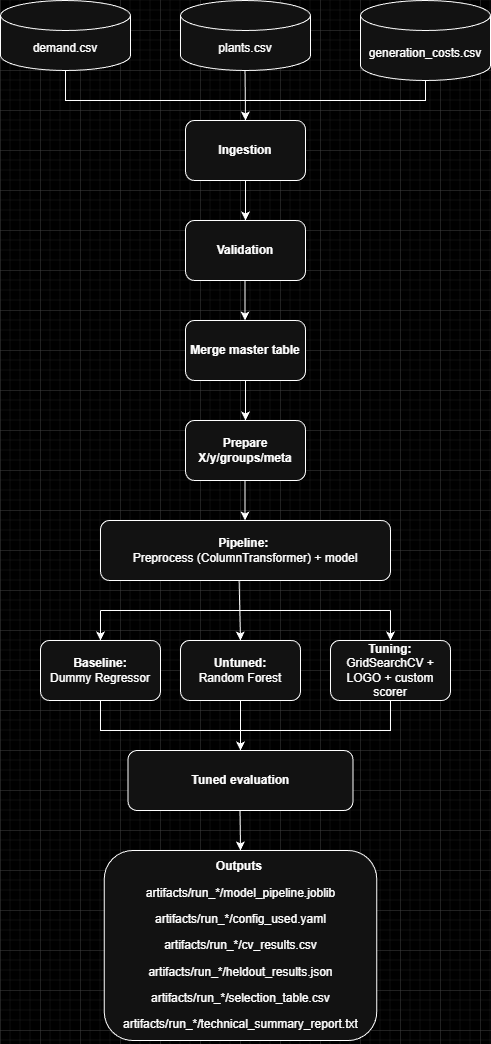
Before: pipeline_diagram.png, a diagram exported from draw.io (nguyentranphuquang-gif/NEC_ML_Pipeline_Group1). Source tidied: cells renumbered, new cells last; positions are measured from the earlier drawing's top-left corner, leaving out a move shared by most shapes.
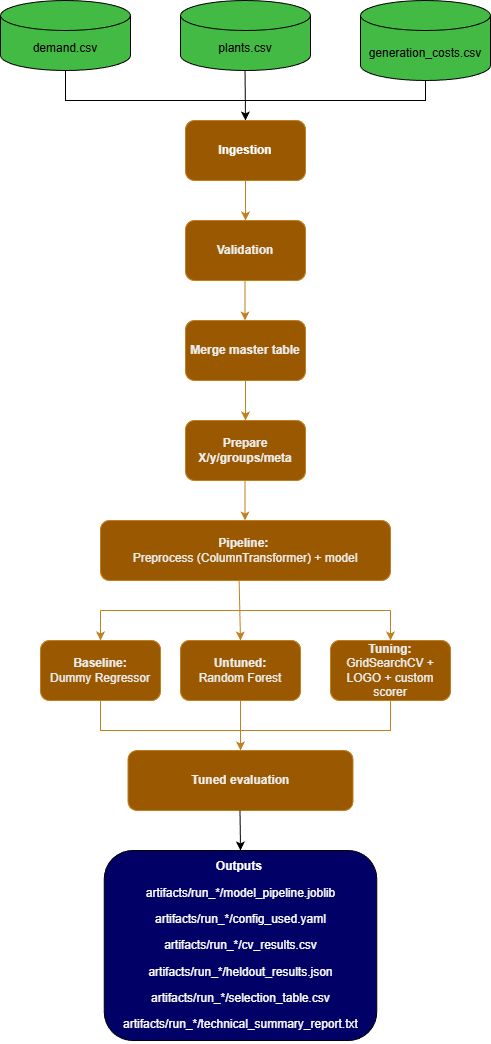
Later version of the same file.

What changed in the source:
```diff
@@ -1,17 +1,17 @@
-<mxGraphModel background="light-dark(#FFFFFF,#000000)">
+<mxGraphModel background="light-dark(#FFFFFF,#FFFFFF)">
   <root>
     <mxCell id="0" />
     <mxCell id="1" parent="0" />
-    <mxCell id="2" value="generation_costs.csv" style="shape=cylinder3;whiteSpace=wrap;html=1;boundedLbl=1;backgroundOutline=1;size=15;" parent="1" vertex="1">
+    <mxCell id="2" value="&lt;font style=&quot;color: light-dark(rgb(0, 0, 0), rgb(0, 0, 0));&quot;&gt;generation_costs.csv&lt;/font&gt;" style="shape=cylinder3;whiteSpace=wrap;html=1;boundedLbl=1;backgroundOutline=1;size=15;fillColor=#008a00;fontColor=#ffffff;strokeColor=light-dark(#000000,#000000);" parent="1" vertex="1">
       <mxGeometry x="360" width="130" height="80" as="geometry" />
     </mxCell>
-    <mxCell id="3" value="plants.csv" style="shape=cylinder3;whiteSpace=wrap;html=1;boundedLbl=1;backgroundOutline=1;size=15;" parent="1" vertex="1">
+    <mxCell id="3" value="&lt;font style=&quot;color: light-dark(rgb(0, 0, 0), rgb(0, 0, 0));&quot;&gt;plants.csv&lt;/font&gt;" style="shape=cylinder3;whiteSpace=wrap;html=1;boundedLbl=1;backgroundOutline=1;size=15;fillColor=#008a00;fontColor=#ffffff;strokeColor=light-dark(#005700,#000000);" parent="1" vertex="1">
       <mxGeometry x="180" width="130" height="70" as="geometry" />
     </mxCell>
-    <mxCell id="4" value="demand.csv" style="shape=cylinder3;whiteSpace=wrap;html=1;boundedLbl=1;backgroundOutline=1;size=15;" parent="1" vertex="1">
+    <mxCell id="4" value="&lt;font style=&quot;color: light-dark(rgb(0, 0, 0), rgb(0, 0, 0));&quot;&gt;demand.csv&lt;/font&gt;" style="shape=cylinder3;whiteSpace=wrap;html=1;boundedLbl=1;backgroundOutline=1;size=15;fillColor=#008a00;strokeColor=light-dark(#005700,#000000);fontColor=#ffffff;" parent="1" vertex="1">
       <mxGeometry width="130" height="70" as="geometry" />
     </mxCell>
-    <mxCell id="5" style="endArrow=none;html=1;rounded=0;entryX=0.5;entryY=1;entryDx=0;entryDy=0;entryPerimeter=0;exitX=0.5;exitY=1;exitDx=0;exitDy=0;exitPerimeter=0;" parent="1" edge="1" source="2" target="4">
+    <mxCell id="5" style="endArrow=none;html=1;rounded=0;entryX=0.5;entryY=1;entryDx=0;entryDy=0;entryPerimeter=0;exitX=0.5;exitY=1;exitDx=0;exitDy=0;exitPerimeter=0;strokeColor=light-dark(#000000,#000000);" parent="1" edge="1" source="2" target="4">
       <mxGeometry relative="1" as="geometry">
         <Array as="points">
           <mxPoint x="425" y="100" />
@@ -19,83 +19,83 @@
         </Array>
       </mxGeometry>
     </mxCell>
-    <mxCell id="6" style="endArrow=classic;html=1;rounded=0;exitX=0.431;exitY=1.021;exitDx=0;exitDy=0;exitPerimeter=0;" parent="1" edge="1">
+    <mxCell id="6" style="endArrow=classic;html=1;rounded=0;exitX=0.431;exitY=1.021;exitDx=0;exitDy=0;exitPerimeter=0;labelBackgroundColor=light-dark(#000000,#000000);strokeColor=light-dark(#000000,#000000);" parent="1" edge="1">
       <mxGeometry relative="1" as="geometry">
         <mxPoint x="244.5" y="70" as="sourcePoint" />
         <mxPoint x="245" y="120" as="targetPoint" />
       </mxGeometry>
     </mxCell>
-    <mxCell id="7" value="&lt;div&gt;&lt;b&gt;&lt;br&gt;&lt;/b&gt;&lt;/div&gt;&lt;b&gt;Ingestion&lt;/b&gt;&lt;div&gt;&lt;br&gt;&lt;/div&gt;" style="rounded=1;whiteSpace=wrap;html=1;" parent="1" vertex="1">
+    <mxCell id="7" value="&lt;div&gt;&lt;b&gt;&lt;font style=&quot;color: light-dark(rgb(249, 247, 237), rgb(255, 255, 255));&quot;&gt;&lt;br&gt;&lt;/font&gt;&lt;/b&gt;&lt;/div&gt;&lt;b&gt;&lt;font style=&quot;color: light-dark(rgb(249, 247, 237), rgb(255, 255, 255));&quot;&gt;Ingestion&lt;/font&gt;&lt;/b&gt;&lt;div&gt;&lt;br&gt;&lt;/div&gt;" style="rounded=1;whiteSpace=wrap;html=1;fontColor=#000000;strokeColor=#BD7000;fillColor=#f0a30a;" parent="1" vertex="1">
       <mxGeometry x="185" y="120" width="120" height="60" as="geometry" />
     </mxCell>
-    <mxCell id="8" style="endArrow=classic;html=1;rounded=0;exitX=0.5;exitY=1;exitDx=0;exitDy=0;" parent="1" edge="1" source="7">
+    <mxCell id="8" style="endArrow=classic;html=1;rounded=0;exitX=0.5;exitY=1;exitDx=0;exitDy=0;fontColor=light-dark(#000000,#000000);strokeColor=#BD7000;fillColor=#f0a30a;" parent="1" edge="1" source="7">
       <mxGeometry relative="1" as="geometry">
         <mxPoint x="245" y="220" as="targetPoint" />
       </mxGeometry>
     </mxCell>
-    <mxCell id="9" value="&lt;b&gt;Validation&lt;/b&gt;" style="rounded=1;whiteSpace=wrap;html=1;" parent="1" vertex="1">
+    <mxCell id="9" value="&lt;b&gt;Validation&lt;/b&gt;" style="rounded=1;whiteSpace=wrap;html=1;strokeColor=#BD7000;fillColor=#f0a30a;fontColor=#000000;" parent="1" vertex="1">
       <mxGeometry x="185" y="220" width="120" height="60" as="geometry" />
     </mxCell>
-    <mxCell id="10" style="endArrow=classic;html=1;rounded=0;exitX=0.5;exitY=1;exitDx=0;exitDy=0;" parent="1" edge="1">
+    <mxCell id="10" style="endArrow=classic;html=1;rounded=0;exitX=0.5;exitY=1;exitDx=0;exitDy=0;fontColor=light-dark(#000000,#000000);strokeColor=#BD7000;fillColor=#f0a30a;" parent="1" edge="1">
       <mxGeometry relative="1" as="geometry">
         <mxPoint x="244.5" y="280" as="sourcePoint" />
         <mxPoint x="244.5" y="320" as="targetPoint" />
       </mxGeometry>
     </mxCell>
-    <mxCell id="11" value="&lt;b&gt;Merge master table&lt;/b&gt;" style="rounded=1;whiteSpace=wrap;html=1;" parent="1" vertex="1">
+    <mxCell id="11" value="&lt;b&gt;Merge master table&lt;/b&gt;" style="rounded=1;whiteSpace=wrap;html=1;strokeColor=#BD7000;fillColor=#f0a30a;fontColor=#000000;" parent="1" vertex="1">
       <mxGeometry x="185" y="320" width="120" height="60" as="geometry" />
     </mxCell>
-    <mxCell id="12" style="endArrow=classic;html=1;rounded=0;exitX=0.5;exitY=1;exitDx=0;exitDy=0;" parent="1" edge="1">
+    <mxCell id="12" style="endArrow=classic;html=1;rounded=0;exitX=0.5;exitY=1;exitDx=0;exitDy=0;fontColor=light-dark(#000000,#000000);strokeColor=#BD7000;fillColor=#f0a30a;" parent="1" edge="1">
       <mxGeometry relative="1" as="geometry">
         <mxPoint x="245" y="380" as="sourcePoint" />
         <mxPoint x="245" y="420" as="targetPoint" />
       </mxGeometry>
     </mxCell>
-    <mxCell id="13" value="&lt;b&gt;Prepare X/y/groups/meta&lt;/b&gt;" style="rounded=1;whiteSpace=wrap;html=1;" parent="1" vertex="1">
+    <mxCell id="13" value="&lt;b&gt;Prepare X/y/groups/meta&lt;/b&gt;" style="rounded=1;whiteSpace=wrap;html=1;strokeColor=#BD7000;fillColor=#f0a30a;fontColor=#000000;" parent="1" vertex="1">
       <mxGeometry x="185" y="420" width="120" height="60" as="geometry" />
     </mxCell>
-    <mxCell id="14" style="endArrow=classic;html=1;rounded=0;exitX=0.5;exitY=1;exitDx=0;exitDy=0;" parent="1" edge="1">
+    <mxCell id="14" style="endArrow=classic;html=1;rounded=0;exitX=0.5;exitY=1;exitDx=0;exitDy=0;fontColor=light-dark(#000000,#000000);strokeColor=#BD7000;fillColor=#f0a30a;" parent="1" edge="1">
       <mxGeometry relative="1" as="geometry">
         <mxPoint x="244.5" y="480" as="sourcePoint" />
         <mxPoint x="244.5" y="520" as="targetPoint" />
       </mxGeometry>
     </mxCell>
-    <mxCell id="15" value="&lt;b&gt;Pipeline:&lt;/b&gt;&amp;nbsp;&lt;div&gt;Preprocess (ColumnTransformer) + model&lt;/div&gt;" style="rounded=1;whiteSpace=wrap;html=1;" parent="1" vertex="1">
+    <mxCell id="15" value="&lt;b&gt;Pipeline:&lt;/b&gt;&amp;nbsp;&lt;div&gt;Preprocess (ColumnTransformer) + model&lt;/div&gt;" style="rounded=1;whiteSpace=wrap;html=1;strokeColor=#BD7000;fillColor=#f0a30a;fontColor=#000000;" parent="1" vertex="1">
       <mxGeometry x="100" y="520" width="290" height="60" as="geometry" />
     </mxCell>
-    <mxCell id="16" style="endArrow=none;html=1;rounded=0;" parent="1" edge="1">
+    <mxCell id="16" style="endArrow=none;html=1;rounded=0;fontColor=light-dark(#000000,#000000);strokeColor=#BD7000;fillColor=#f0a30a;" parent="1" edge="1">
       <mxGeometry relative="1" as="geometry">
         <mxPoint x="100" y="610" as="sourcePoint" />
         <mxPoint x="390" y="610" as="targetPoint" />
       </mxGeometry>
     </mxCell>
-    <mxCell id="17" style="endArrow=classic;html=1;rounded=0;" parent="1" edge="1">
+    <mxCell id="17" style="endArrow=classic;html=1;rounded=0;fontColor=light-dark(#000000,#000000);strokeColor=#BD7000;fillColor=#f0a30a;" parent="1" edge="1">
       <mxGeometry relative="1" as="geometry">
         <mxPoint x="100" y="610" as="sourcePoint" />
         <mxPoint x="100" y="640" as="targetPoint" />
       </mxGeometry>
     </mxCell>
-    <mxCell id="18" style="endArrow=classic;html=1;rounded=0;exitX=0.478;exitY=1.008;exitDx=0;exitDy=0;exitPerimeter=0;" parent="1" edge="1" source="15">
+    <mxCell id="18" style="endArrow=classic;html=1;rounded=0;exitX=0.478;exitY=1.008;exitDx=0;exitDy=0;exitPerimeter=0;fontColor=light-dark(#000000,#000000);strokeColor=#BD7000;fillColor=#f0a30a;" parent="1" edge="1" source="15">
       <mxGeometry relative="1" as="geometry">
         <mxPoint x="240" y="640" as="targetPoint" />
       </mxGeometry>
     </mxCell>
-    <mxCell id="19" style="endArrow=classic;html=1;rounded=0;" parent="1" edge="1">
+    <mxCell id="19" style="endArrow=classic;html=1;rounded=0;fontColor=light-dark(#000000,#000000);strokeColor=#BD7000;fillColor=#f0a30a;" parent="1" edge="1">
       <mxGeometry relative="1" as="geometry">
         <mxPoint x="390" y="610" as="sourcePoint" />
         <mxPoint x="390" y="640" as="targetPoint" />
       </mxGeometry>
     </mxCell>
-    <mxCell id="20" value="&lt;b&gt;Baseline:&lt;/b&gt;&lt;div&gt;Dummy Regressor&lt;/div&gt;" style="rounded=1;whiteSpace=wrap;html=1;" parent="1" vertex="1">
+    <mxCell id="20" value="&lt;b&gt;Baseline:&lt;/b&gt;&lt;div&gt;Dummy Regressor&lt;/div&gt;" style="rounded=1;whiteSpace=wrap;html=1;strokeColor=#BD7000;fillColor=#f0a30a;fontColor=#000000;" parent="1" vertex="1">
       <mxGeometry x="40" y="640" width="120" height="60" as="geometry" />
     </mxCell>
-    <mxCell id="21" value="&lt;b&gt;Untuned:&lt;/b&gt;&lt;div&gt;Random Forest&lt;/div&gt;" style="rounded=1;whiteSpace=wrap;html=1;" parent="1" vertex="1">
+    <mxCell id="21" value="&lt;b&gt;Untuned:&lt;/b&gt;&lt;div&gt;Random Forest&lt;/div&gt;" style="rounded=1;whiteSpace=wrap;html=1;strokeColor=#BD7000;fillColor=#f0a30a;fontColor=#000000;" parent="1" vertex="1">
       <mxGeometry x="180" y="640" width="120" height="60" as="geometry" />
     </mxCell>
-    <mxCell id="22" value="&lt;b&gt;Tuning:&lt;/b&gt;&lt;div&gt;GridSearchCV + LOGO + custom scorer&lt;/div&gt;" style="rounded=1;whiteSpace=wrap;html=1;" parent="1" vertex="1">
+    <mxCell id="22" value="&lt;b&gt;Tuning:&lt;/b&gt;&lt;div&gt;GridSearchCV + LOGO + custom scorer&lt;/div&gt;" style="rounded=1;whiteSpace=wrap;html=1;strokeColor=#BD7000;fillColor=#f0a30a;fontColor=#000000;" parent="1" vertex="1">
       <mxGeometry x="330" y="640" width="120" height="60" as="geometry" />
     </mxCell>
-    <mxCell id="23" style="endArrow=none;html=1;rounded=0;entryX=0.5;entryY=1;entryDx=0;entryDy=0;exitX=0.5;exitY=1;exitDx=0;exitDy=0;" parent="1" edge="1" source="22" target="20">
+    <mxCell id="23" style="endArrow=none;html=1;rounded=0;entryX=0.5;entryY=1;entryDx=0;entryDy=0;exitX=0.5;exitY=1;exitDx=0;exitDy=0;fontColor=light-dark(#000000,#000000);strokeColor=#BD7000;fillColor=#f0a30a;" parent="1" edge="1" source="22" target="20">
       <mxGeometry relative="1" as="geometry">
         <Array as="points">
           <mxPoint x="390" y="730" />
@@ -104,21 +104,21 @@
         </Array>
       </mxGeometry>
     </mxCell>
-    <mxCell id="24" style="endArrow=classic;html=1;rounded=0;exitX=0.5;exitY=1;exitDx=0;exitDy=0;" parent="1" edge="1" source="21">
+    <mxCell id="24" style="endArrow=classic;html=1;rounded=0;exitX=0.5;exitY=1;exitDx=0;exitDy=0;fontColor=light-dark(#000000,#000000);strokeColor=#BD7000;fillColor=#f0a30a;" parent="1" edge="1" source="21">
       <mxGeometry relative="1" as="geometry">
         <mxPoint x="240" y="750" as="targetPoint" />
       </mxGeometry>
     </mxCell>
-    <mxCell id="25" value="&lt;b&gt;Tuned evaluation&lt;/b&gt;" style="rounded=1;whiteSpace=wrap;html=1;" parent="1" vertex="1">
+    <mxCell id="25" value="&lt;b&gt;Tuned evaluation&lt;/b&gt;" style="rounded=1;whiteSpace=wrap;html=1;strokeColor=#BD7000;fillColor=#f0a30a;fontColor=#000000;" parent="1" vertex="1">
       <mxGeometry x="127.5" y="750" width="225" height="60" as="geometry" />
     </mxCell>
-    <mxCell id="26" style="endArrow=classic;html=1;rounded=0;exitX=0.5;exitY=1;exitDx=0;exitDy=0;" parent="1" edge="1">
+    <mxCell id="26" style="endArrow=classic;html=1;rounded=0;exitX=0.5;exitY=1;exitDx=0;exitDy=0;fontColor=light-dark(#000000,#000000);strokeColor=light-dark(#000000,#000000);" parent="1" edge="1">
       <mxGeometry relative="1" as="geometry">
         <mxPoint x="239.5" y="810" as="sourcePoint" />
         <mxPoint x="240" y="850" as="targetPoint" />
       </mxGeometry>
     </mxCell>
-    <mxCell id="27" value="&lt;p&gt;&lt;b style=&quot;background-color: transparent; color: light-dark(rgb(0, 0, 0), rgb(255, 255, 255));&quot;&gt;Outputs&lt;/b&gt;&lt;span style=&quot;background-color: transparent; color: light-dark(rgb(0, 0, 0), rgb(255, 255, 255));&quot;&gt;&amp;nbsp;&lt;/span&gt;&lt;/p&gt;&lt;p&gt;artifacts/run_*/model_pipeline.joblib&lt;/p&gt;&lt;p&gt;&lt;span style=&quot;background-color: transparent; color: light-dark(rgb(0, 0, 0), rgb(255, 255, 255));&quot;&gt;artifacts/run_*/config_used.yaml&lt;/span&gt;&lt;/p&gt;&lt;p&gt;&lt;span style=&quot;background-color: transparent; color: light-dark(rgb(0, 0, 0), rgb(255, 255, 255));&quot;&gt;artifacts/run_*/cv_results.csv&lt;/span&gt;&lt;/p&gt;&lt;p&gt;&lt;span style=&quot;background-color: transparent; color: light-dark(rgb(0, 0, 0), rgb(255, 255, 255));&quot;&gt;artifacts/run_*/heldout_results.json&lt;/span&gt;&lt;/p&gt;&lt;p&gt;&lt;span style=&quot;background-color: transparent; color: light-dark(rgb(0, 0, 0), rgb(255, 255, 255));&quot;&gt;artifacts/run_*/selection_table.csv&lt;/span&gt;&lt;/p&gt;&lt;p&gt;&lt;span style=&quot;background-color: transparent; color: light-dark(rgb(0, 0, 0), rgb(255, 255, 255));&quot;&gt;artifacts/run_*/technical_summary_report.txt&lt;/span&gt;&lt;/p&gt;" style="rounded=1;whiteSpace=wrap;html=1;" parent="1" vertex="1">
+    <mxCell id="27" value="&lt;p&gt;&lt;font style=&quot;color: light-dark(rgb(249, 247, 237), rgb(255, 255, 255));&quot;&gt;&lt;b style=&quot;background-color: transparent;&quot;&gt;Outputs&lt;/b&gt;&lt;span style=&quot;background-color: transparent;&quot;&gt;&amp;nbsp;&lt;/span&gt;&lt;/font&gt;&lt;/p&gt;&lt;p&gt;&lt;font style=&quot;color: light-dark(rgb(249, 247, 237), rgb(255, 255, 255));&quot;&gt;artifacts/run_*/model_pipeline.joblib&lt;/font&gt;&lt;/p&gt;&lt;p&gt;&lt;span style=&quot;background-color: transparent;&quot;&gt;&lt;font style=&quot;color: light-dark(rgb(249, 247, 237), rgb(255, 255, 255));&quot;&gt;artifacts/run_*/config_used.yaml&lt;/font&gt;&lt;/span&gt;&lt;/p&gt;&lt;p&gt;&lt;span style=&quot;background-color: transparent;&quot;&gt;&lt;font style=&quot;color: light-dark(rgb(249, 247, 237), rgb(255, 255, 255));&quot;&gt;artifacts/run_*/cv_results.csv&lt;/font&gt;&lt;/span&gt;&lt;/p&gt;&lt;p&gt;&lt;span style=&quot;background-color: transparent;&quot;&gt;&lt;font style=&quot;color: light-dark(rgb(249, 247, 237), rgb(255, 255, 255));&quot;&gt;artifacts/run_*/heldout_results.json&lt;/font&gt;&lt;/span&gt;&lt;/p&gt;&lt;p&gt;&lt;span style=&quot;background-color: transparent;&quot;&gt;&lt;font style=&quot;color: light-dark(rgb(249, 247, 237), rgb(255, 255, 255));&quot;&gt;artifacts/run_*/selection_table.csv&lt;/font&gt;&lt;/span&gt;&lt;/p&gt;&lt;p&gt;&lt;span style=&quot;background-color: transparent;&quot;&gt;&lt;font style=&quot;color: light-dark(rgb(249, 247, 237), rgb(255, 255, 255));&quot;&gt;artifacts/run_*/technical_summary_report.txt&lt;/font&gt;&lt;/span&gt;&lt;/p&gt;" style="rounded=1;whiteSpace=wrap;html=1;fontColor=light-dark(#000000,#000000);strokeColor=light-dark(#000000,#000000);fillColor=light-dark(#FFFFFF,#000066);" parent="1" vertex="1">
       <mxGeometry x="103.8" y="850" width="272.5" height="190" as="geometry" />
     </mxCell>
   </root>
```
